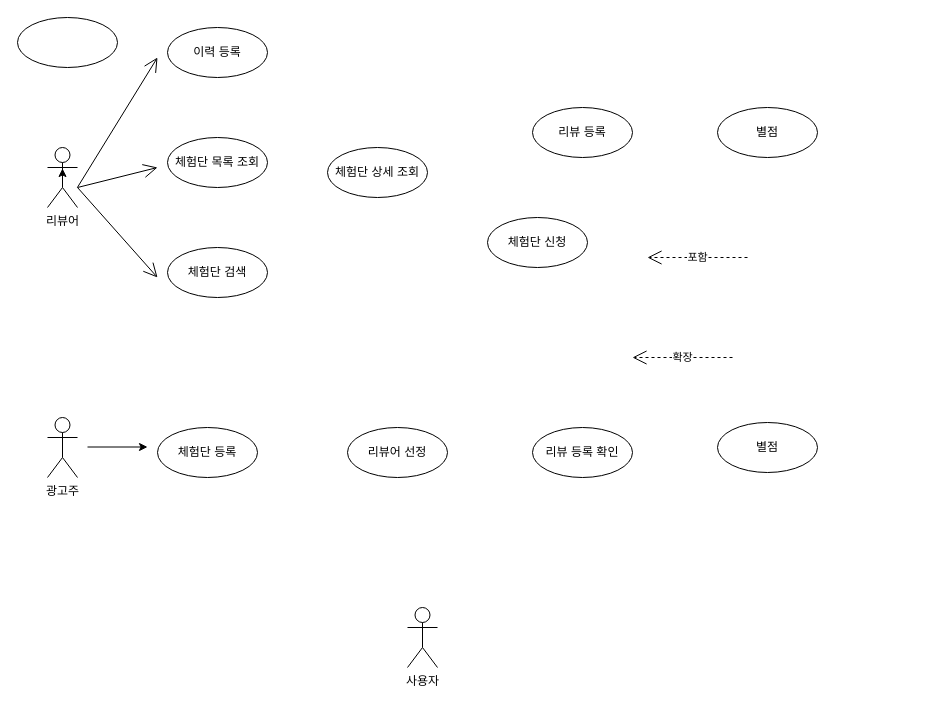
The draw.io diagram Use Case Diagram.drawio in seoJang/Android_ReviewTour, before the edit. Source tidied: cells renumbered, new cells numbered last; positions are measured from the earlier drawing's top-left corner, leaving out a move shared by most shapes. Both pictures are drawn from the tidied source at 100%, with x=0, y=0 at pixel (17, 17).
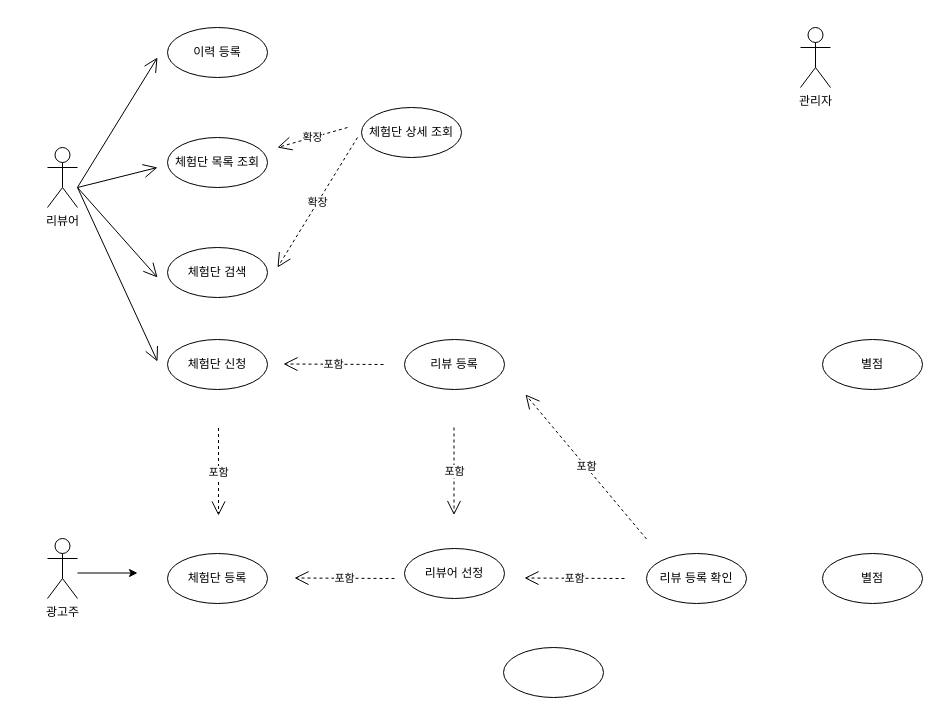
After the change.

Commit message:
SY_Update Use Case Diagram.drawio 포함관계연결

The change refers to these unchanged cells:
```xml
<mxCell id="2" value="리뷰어" style="shape=umlActor;verticalLabelPosition=bottom;verticalAlign=top;html=1;" parent="1" vertex="1">
  <mxGeometry x="30" y="130" width="30" height="60" as="geometry" />
</mxCell>
```

The edit, as a diff of the source:
```diff
@@
     <mxCell id="3" value="광고주&lt;br&gt;" style="shape=umlActor;verticalLabelPosition=bottom;verticalAlign=top;html=1;" parent="1" vertex="1">
-      <mxGeometry x="30" y="400" width="30" height="60" as="geometry" />
+      <mxGeometry x="30" y="521" width="30" height="60" as="geometry" />
     </mxCell>
-    <mxCell id="4" value="사용자" style="shape=umlActor;verticalLabelPosition=bottom;verticalAlign=top;html=1;" parent="1" vertex="1">
-      <mxGeometry x="390" y="590" width="30" height="60" as="geometry" />
+    <mxCell id="4" value="관리자" style="shape=umlActor;verticalLabelPosition=bottom;verticalAlign=top;html=1;" parent="1" vertex="1">
+      <mxGeometry x="783" y="10" width="30" height="60" as="geometry" />
     </mxCell>
     <mxCell id="5" value="리뷰어 선정" style="ellipse;whiteSpace=wrap;html=1;" parent="1" vertex="1">
-      <mxGeometry x="330" y="410" width="100" height="50" as="geometry" />
+      <mxGeometry x="387" y="531" width="100" height="50" as="geometry" />
     </mxCell>
     <mxCell id="6" style="ellipse;whiteSpace=wrap;html=1;" parent="1" vertex="1">
-      <mxGeometry width="100" height="50" as="geometry" />
+      <mxGeometry x="486" y="630" width="100" height="50" as="geometry" />
     </mxCell>
     <mxCell id="7" value="체험단 등록" style="ellipse;whiteSpace=wrap;html=1;" parent="1" vertex="1">
-      <mxGeometry x="140" y="410" width="100" height="50" as="geometry" />
+      <mxGeometry x="150" y="536" width="100" height="50" as="geometry" />
     </mxCell>
@@
     <mxCell id="9" value="체험단 신청" style="ellipse;whiteSpace=wrap;html=1;" parent="1" vertex="1">
-      <mxGeometry x="470" y="200" width="100" height="50" as="geometry" />
+      <mxGeometry x="150" y="322" width="100" height="50" as="geometry" />
     </mxCell>
     <mxCell id="10" value="리뷰 등록 확인" style="ellipse;whiteSpace=wrap;html=1;" parent="1" vertex="1">
-      <mxGeometry x="515" y="410" width="100" height="50" as="geometry" />
+      <mxGeometry x="629" y="536" width="100" height="50" as="geometry" />
     </mxCell>
     <mxCell id="11" value="리뷰 등록" style="ellipse;whiteSpace=wrap;html=1;" parent="1" vertex="1">
-      <mxGeometry x="515" y="90" width="100" height="50" as="geometry" />
+      <mxGeometry x="387" y="322" width="100" height="50" as="geometry" />
     </mxCell>
     <mxCell id="12" value="별점" style="ellipse;whiteSpace=wrap;html=1;" parent="1" vertex="1">
-      <mxGeometry x="700" y="90" width="100" height="50" as="geometry" />
+      <mxGeometry x="805" y="322" width="100" height="50" as="geometry" />
     </mxCell>
     <mxCell id="13" value="별점" style="ellipse;whiteSpace=wrap;html=1;" parent="1" vertex="1">
-      <mxGeometry x="700" y="405" width="100" height="50" as="geometry" />
+      <mxGeometry x="805" y="536" width="100" height="50" as="geometry" />
     </mxCell>
     <mxCell id="14" style="endArrow=classic;html=1;" parent="1" edge="1">
       <mxGeometry relative="1" as="geometry">
-        <mxPoint x="70" y="429.5" as="sourcePoint" />
-        <mxPoint x="130" y="429.5" as="targetPoint" />
+        <mxPoint x="60" y="555.5" as="sourcePoint" />
+        <mxPoint x="120" y="555.5" as="targetPoint" />
       </mxGeometry>
     </mxCell>
-    <mxCell id="15" style="edgeStyle=orthogonalEdgeStyle;rounded=0;orthogonalLoop=1;jettySize=auto;html=1;exitX=0.5;exitY=0.5;exitDx=0;exitDy=0;exitPerimeter=0;entryX=0.5;entryY=0.35;entryDx=0;entryDy=0;entryPerimeter=0;" parent="1" edge="1" source="2" target="2">
-      <mxGeometry relative="1" as="geometry" />
-    </mxCell>
     <mxCell id="16" value="포함" style="endArrow=open;endSize=12;dashed=1;html=1;" parent="1" edge="1">
       <mxGeometry relative="1" as="geometry">
-        <mxPoint x="730" y="240" as="sourcePoint" />
-        <mxPoint x="630" y="240" as="targetPoint" />
+        <mxPoint x="366" y="347" as="sourcePoint" />
+        <mxPoint x="266" y="346.5" as="targetPoint" />
       </mxGeometry>
     </mxCell>
@@
     <mxCell id="19" value="체험단 상세 조회" style="ellipse;whiteSpace=wrap;html=1;" parent="1" vertex="1">
-      <mxGeometry x="310" y="130" width="100" height="50" as="geometry" />
+      <mxGeometry x="344" y="90" width="100" height="50" as="geometry" />
     </mxCell>
@@
     <mxCell id="23" value="확장" style="endArrow=open;endSize=12;dashed=1;html=1;" parent="1" edge="1">
       <mxGeometry relative="1" as="geometry">
-        <mxPoint x="715" y="340" as="sourcePoint" />
-        <mxPoint x="615" y="340" as="targetPoint" />
+        <mxPoint x="330" y="110" as="sourcePoint" />
+        <mxPoint x="260" y="130" as="targetPoint" />
       </mxGeometry>
     </mxCell>
+    <mxCell id="24" value="확장" style="endArrow=open;endSize=12;dashed=1;html=1;" parent="1" edge="1">
+      <mxGeometry relative="1" as="geometry">
+        <mxPoint x="340" y="120" as="sourcePoint" />
+        <mxPoint x="260" y="250" as="targetPoint" />
+      </mxGeometry>
+    </mxCell>
+    <mxCell id="25" style="endArrow=open;endFill=1;endSize=12;html=1;" parent="1" edge="1">
+      <mxGeometry relative="1" as="geometry">
+        <mxPoint x="60" y="170" as="sourcePoint" />
+        <mxPoint x="140" y="344" as="targetPoint" />
+      </mxGeometry>
+    </mxCell>
+    <mxCell id="26" value="포함" style="endArrow=open;endSize=12;dashed=1;html=1;" parent="1" edge="1">
+      <mxGeometry relative="1" as="geometry">
+        <mxPoint x="201" y="410.5" as="sourcePoint" />
+        <mxPoint x="201" y="498" as="targetPoint" />
+      </mxGeometry>
+    </mxCell>
+    <mxCell id="27" value="포함" style="endArrow=open;endSize=12;dashed=1;html=1;" parent="1" edge="1">
+      <mxGeometry relative="1" as="geometry">
+        <mxPoint x="436.5" y="410" as="sourcePoint" />
+        <mxPoint x="436.5" y="497.5" as="targetPoint" />
+      </mxGeometry>
+    </mxCell>
+    <mxCell id="28" value="포함" style="endArrow=open;endSize=12;dashed=1;html=1;" parent="1" edge="1">
+      <mxGeometry relative="1" as="geometry">
+        <mxPoint x="377" y="561" as="sourcePoint" />
+        <mxPoint x="277" y="560.5" as="targetPoint" />
+      </mxGeometry>
+    </mxCell>
+    <mxCell id="29" value="포함" style="endArrow=open;endSize=12;dashed=1;html=1;" parent="1" edge="1">
+      <mxGeometry relative="1" as="geometry">
+        <mxPoint x="607" y="561" as="sourcePoint" />
+        <mxPoint x="507" y="560.5" as="targetPoint" />
+      </mxGeometry>
+    </mxCell>
+    <mxCell id="30" value="포함" style="endArrow=open;endSize=12;dashed=1;html=1;" parent="1" edge="1">
+      <mxGeometry relative="1" as="geometry">
+        <mxPoint x="629" y="521.5" as="sourcePoint" />
+        <mxPoint x="508" y="377" as="targetPoint" />
+      </mxGeometry>
+    </mxCell>
```
